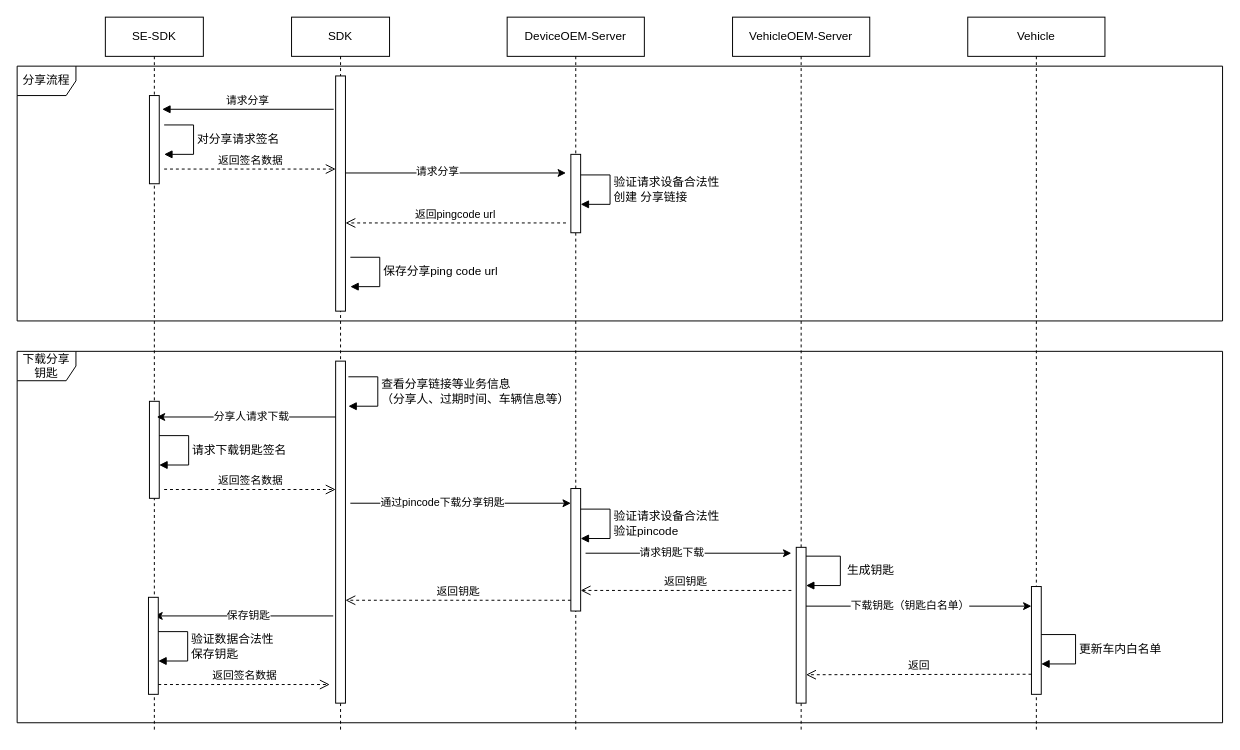
Earlier version of the draw.io diagram 分享钥匙.drawio (jianguocong/chart). Source tidied: cells renumbered, new cells numbered last; positions are measured from the earlier drawing's top-left corner, leaving out a move shared by most shapes. Both pictures are drawn from the tidied source at 98%, with x=0, y=0 at pixel (17, 17).
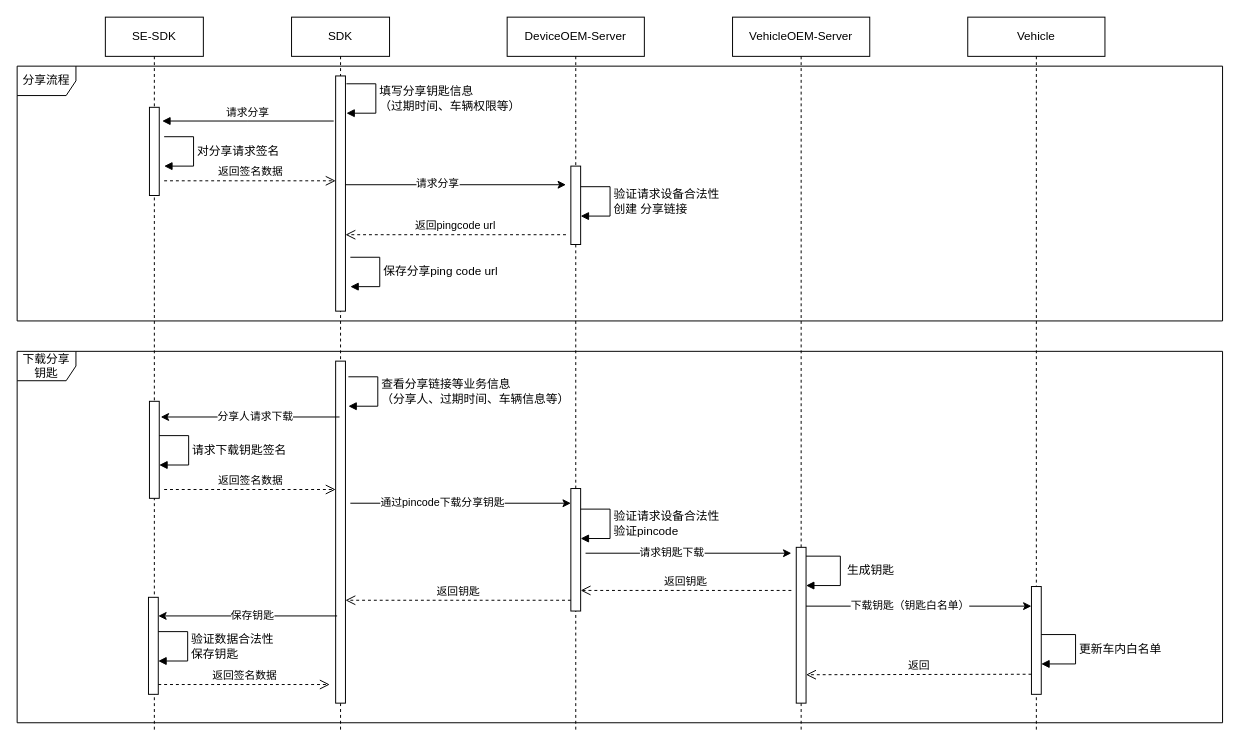
The same diagram, later.

Unchanged cells that the change refers to:
```xml
<mxCell id="2" value="SE-SDK" style="shape=umlLifeline;perimeter=lifelinePerimeter;whiteSpace=wrap;html=1;newEdgeStyle={&quot;edgeStyle&quot;:&quot;elbowEdgeStyle&quot;,&quot;elbow&quot;:&quot;vertical&quot;,&quot;curved&quot;:0,&quot;rounded&quot;:0};" parent="1" vertex="1">
  <mxGeometry x="90" width="100" height="730" as="geometry" />
</mxCell>
<mxCell id="11" value="DeviceOEM-Server" style="shape=umlLifeline;perimeter=lifelinePerimeter;whiteSpace=wrap;html=1;newEdgeStyle={&quot;edgeStyle&quot;:&quot;elbowEdgeStyle&quot;,&quot;elbow&quot;:&quot;vertical&quot;,&quot;curved&quot;:0,&quot;rounded&quot;:0};" parent="1" vertex="1">
  <mxGeometry x="500" width="140" height="730" as="geometry" />
</mxCell>
```

What changed in the source:
```diff
@@
     <mxCell id="3" style="html=1;perimeter=orthogonalPerimeter;targetShapes=umlLifeline;newEdgeStyle={&quot;edgeStyle&quot;:&quot;elbowEdgeStyle&quot;,&quot;elbow&quot;:&quot;vertical&quot;,&quot;curved&quot;:0,&quot;rounded&quot;:0};" parent="2" vertex="1">
-      <mxGeometry x="45" y="80" width="10" height="90" as="geometry" />
+      <mxGeometry x="45" y="92" width="10" height="90" as="geometry" />
     </mxCell>
@@
     <mxCell id="8" value="请求分享" style="html=1;verticalAlign=bottom;endArrow=block;edgeStyle=elbowEdgeStyle;elbow=vertical;curved=0;rounded=0;" parent="1" edge="1">
       <mxGeometry relative="1" as="geometry">
-        <mxPoint x="323" y="94" as="sourcePoint" />
-        <mxPoint x="148" y="94" as="targetPoint" />
+        <mxPoint x="323" y="106" as="sourcePoint" />
+        <mxPoint x="148" y="106" as="targetPoint" />
       </mxGeometry>
     </mxCell>
     <mxCell id="9" value="返回pingcode url" style="html=1;verticalAlign=bottom;endArrow=open;dashed=1;endSize=8;edgeStyle=elbowEdgeStyle;elbow=vertical;curved=0;rounded=0;" parent="1" edge="1">
       <mxGeometry relative="1" as="geometry">
-        <mxPoint x="560" y="210" as="sourcePoint" />
-        <mxPoint x="335" y="210" as="targetPoint" />
+        <mxPoint x="560" y="222" as="sourcePoint" />
+        <mxPoint x="335" y="222" as="targetPoint" />
       </mxGeometry>
     </mxCell>
     <mxCell id="10" value="返回签名数据" style="html=1;verticalAlign=bottom;endArrow=open;dashed=1;endSize=8;edgeStyle=elbowEdgeStyle;elbow=vertical;curved=0;rounded=0;" parent="1" edge="1">
       <mxGeometry relative="1" as="geometry">
-        <mxPoint x="150" y="155" as="sourcePoint" />
-        <mxPoint x="325" y="155" as="targetPoint" />
+        <mxPoint x="150" y="167" as="sourcePoint" />
+        <mxPoint x="325" y="167" as="targetPoint" />
         <Array as="points">
-          <mxPoint x="240" y="155" />
+          <mxPoint x="240" y="167" />
         </Array>
       </mxGeometry>
     </mxCell>
@@
     <mxCell id="12" style="html=1;perimeter=orthogonalPerimeter;targetShapes=umlLifeline;newEdgeStyle={&quot;edgeStyle&quot;:&quot;elbowEdgeStyle&quot;,&quot;elbow&quot;:&quot;vertical&quot;,&quot;curved&quot;:0,&quot;rounded&quot;:0};" parent="11" vertex="1">
-      <mxGeometry x="65" y="140" width="10" height="80" as="geometry" />
+      <mxGeometry x="65" y="152" width="10" height="80" as="geometry" />
     </mxCell>
@@
     <mxCell id="27" style="endArrow=classic;html=1;rounded=0;" parent="1" edge="1">
       <mxGeometry relative="1" as="geometry">
-        <mxPoint x="335" y="159" as="sourcePoint" />
-        <mxPoint x="560" y="159" as="targetPoint" />
+        <mxPoint x="335" y="171" as="sourcePoint" />
+        <mxPoint x="560" y="171" as="targetPoint" />
       </mxGeometry>
     </mxCell>
@@
     <mxCell id="29" value="验证请求设备合法性&lt;div&gt;创建 分享链接&lt;br&gt;&lt;/div&gt;" style="html=1;align=left;spacingLeft=2;endArrow=block;rounded=0;edgeStyle=orthogonalEdgeStyle;curved=0;rounded=0;fontFamily=Helvetica;fontSize=12;fontColor=default;" parent="1" edge="1">
       <mxGeometry relative="1" as="geometry">
-        <mxPoint x="575" y="161" as="sourcePoint" />
-        <mxPoint x="575" y="191" as="targetPoint" />
+        <mxPoint x="575" y="173" as="sourcePoint" />
+        <mxPoint x="575" y="203" as="targetPoint" />
         <Array as="points">
-          <mxPoint x="605" y="161" />
-          <mxPoint x="605" y="191" />
+          <mxPoint x="605" y="173" />
+          <mxPoint x="605" y="203" />
         </Array>
       </mxGeometry>
     </mxCell>
@@
     <mxCell id="32" value="对分享请求签名" style="html=1;align=left;spacingLeft=2;endArrow=block;rounded=0;edgeStyle=orthogonalEdgeStyle;curved=0;rounded=0;fontFamily=Helvetica;fontSize=12;fontColor=default;" parent="1" edge="1">
       <mxGeometry relative="1" as="geometry">
-        <mxPoint x="150" y="110" as="sourcePoint" />
-        <mxPoint x="150" y="140" as="targetPoint" />
+        <mxPoint x="150" y="122" as="sourcePoint" />
+        <mxPoint x="150" y="152" as="targetPoint" />
         <Array as="points">
-          <mxPoint x="180" y="110" />
-          <mxPoint x="180" y="140" />
+          <mxPoint x="180" y="122" />
+          <mxPoint x="180" y="152" />
         </Array>
       </mxGeometry>
     </mxCell>
@@
     <mxCell id="34" style="endArrow=classic;html=1;rounded=0;" parent="1" edge="1">
       <mxGeometry relative="1" as="geometry">
-        <mxPoint x="325" y="408" as="sourcePoint" />
-        <mxPoint x="142.5" y="408" as="targetPoint" />
+        <mxPoint x="329" y="408" as="sourcePoint" />
+        <mxPoint x="146.5" y="408" as="targetPoint" />
       </mxGeometry>
     </mxCell>
@@
     <mxCell id="42" style="endArrow=classic;html=1;rounded=0;" parent="1" edge="1">
       <mxGeometry relative="1" as="geometry">
-        <mxPoint x="322.5" y="611" as="sourcePoint" />
-        <mxPoint x="140" y="611" as="targetPoint" />
+        <mxPoint x="326.5" y="611" as="sourcePoint" />
+        <mxPoint x="144" y="611" as="targetPoint" />
       </mxGeometry>
     </mxCell>
@@
+    <mxCell id="47" value="填写分享钥匙信息&lt;div&gt;（过期时间、车辆权限等）&lt;/div&gt;" style="html=1;align=left;spacingLeft=2;endArrow=block;rounded=0;edgeStyle=orthogonalEdgeStyle;curved=0;rounded=0;fontFamily=Helvetica;fontSize=12;fontColor=default;" parent="1" edge="1">
+      <mxGeometry relative="1" as="geometry">
+        <mxPoint x="336" y="68" as="sourcePoint" />
+        <mxPoint x="336" y="98" as="targetPoint" />
+        <Array as="points">
+          <mxPoint x="366" y="68" />
+          <mxPoint x="366" y="98" />
+        </Array>
+      </mxGeometry>
+    </mxCell>
```
